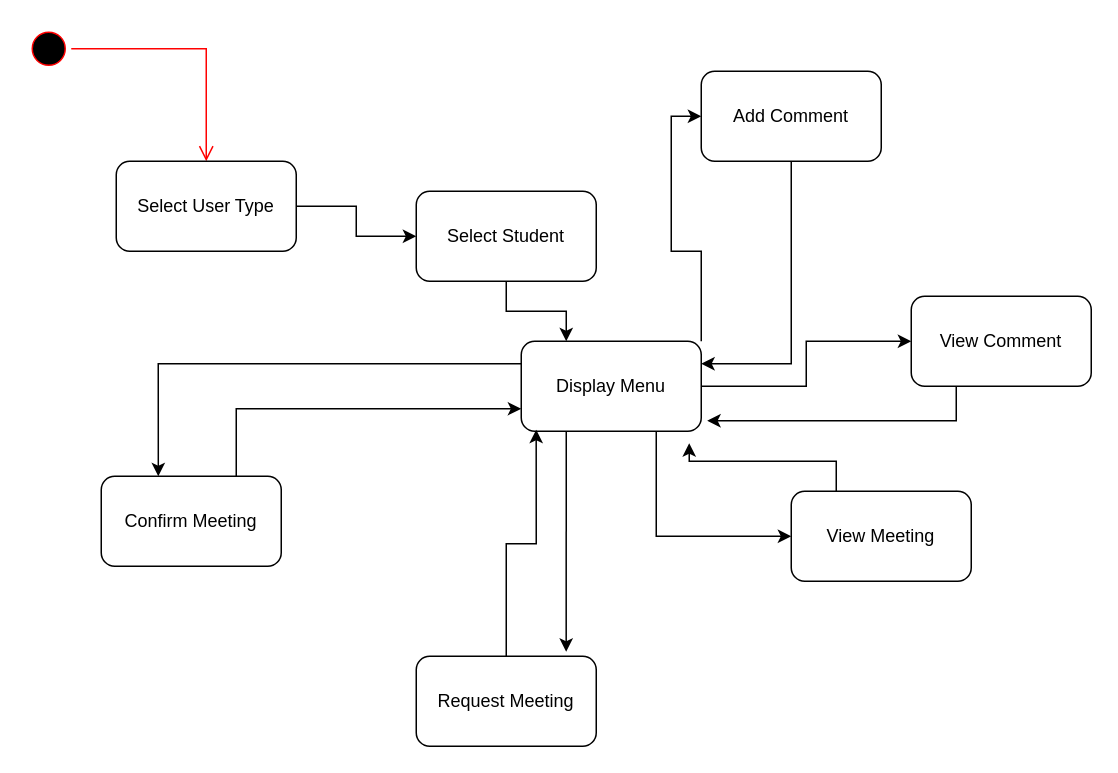
Above: page "Page-12" (12 of 12) of Untitled Diagram.drawio in MariaSpencer/git_practice (draw.io), before the change. Source tidied: cells renumbered, new cells numbered last; positions are measured from the earlier drawing's top-left corner, leaving out a move shared by most shapes. Both pictures are drawn from the tidied source at 150%, with x=0, y=0 at pixel (26, 26).
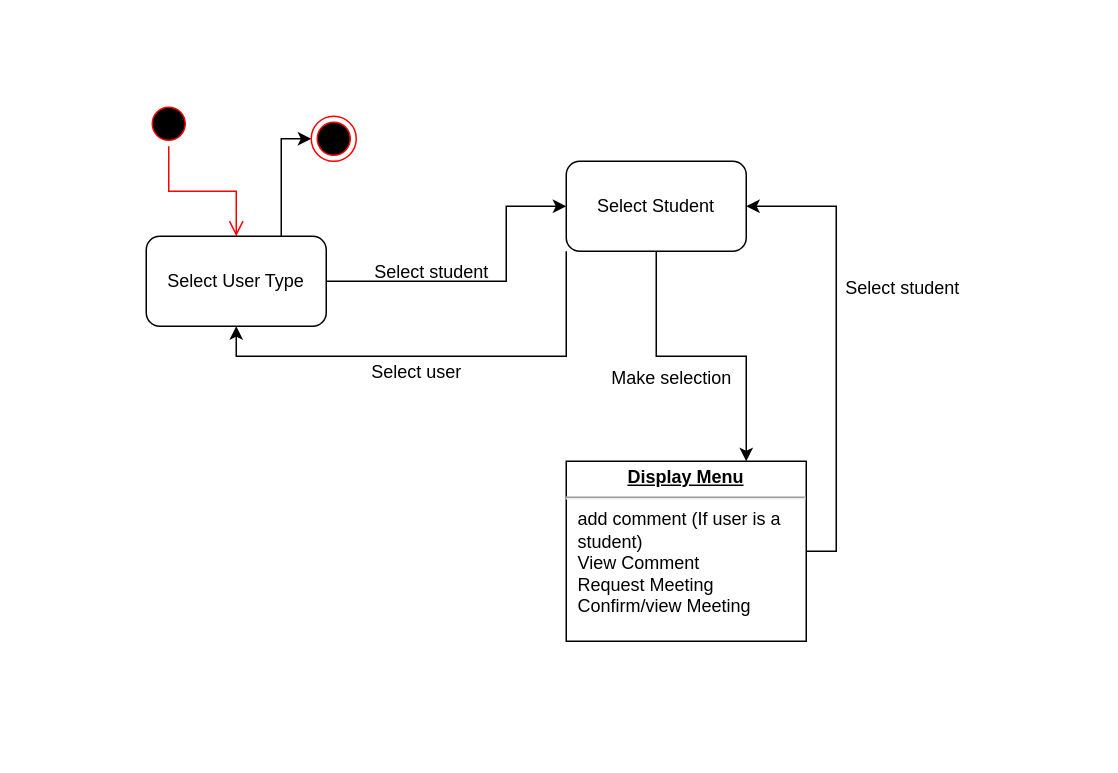
After the change.

Change to the diagram source:
```diff
@@
     <mxCell id="2" style="ellipse;html=1;shape=startState;fillColor=#000000;strokeColor=#ff0000;" parent="1" vertex="1">
-      <mxGeometry width="30" height="30" as="geometry" />
+      <mxGeometry x="80" y="50" width="30" height="30" as="geometry" />
     </mxCell>
@@
     <mxCell id="4" style="edgeStyle=orthogonalEdgeStyle;rounded=0;jettySize=auto;html=1;exitX=1;exitY=0.5;exitDx=0;exitDy=0;entryX=0;entryY=0.5;entryDx=0;entryDy=0;" parent="1" edge="1" source="5" target="18">
-      <mxGeometry relative="1" as="geometry" />
+      <mxGeometry relative="1" as="geometry">
+        <Array as="points">
+          <mxPoint x="320" y="170" />
+          <mxPoint x="320" y="120" />
+        </Array>
+      </mxGeometry>
     </mxCell>
+    <mxCell id="24" style="edgeStyle=orthogonalEdgeStyle;rounded=0;jettySize=auto;html=1;exitX=0.75;exitY=0;exitDx=0;exitDy=0;entryX=0;entryY=0.5;entryDx=0;entryDy=0;" parent="1" edge="1" source="5" target="27">
+      <mxGeometry relative="1" as="geometry" />
+    </mxCell>
     <mxCell id="5" value="Select User Type" style="rounded=1;whiteSpace=wrap;html=1;" parent="1" vertex="1">
-      <mxGeometry x="60" y="90" width="120" height="60" as="geometry" />
+      <mxGeometry x="80" y="140" width="120" height="60" as="geometry" />
     </mxCell>
-    <mxCell id="6" style="edgeStyle=orthogonalEdgeStyle;rounded=0;jettySize=auto;html=1;exitX=0.5;exitY=1;exitDx=0;exitDy=0;entryX=1;entryY=0.25;entryDx=0;entryDy=0;" parent="1" edge="1" source="7" target="16">
-      <mxGeometry relative="1" as="geometry" />
-    </mxCell>
-    <mxCell id="7" value="Add Comment" style="rounded=1;whiteSpace=wrap;html=1;" parent="1" vertex="1">
-      <mxGeometry x="450" y="30" width="120" height="60" as="geometry" />
-    </mxCell>
-    <mxCell id="8" value="View Comment" style="rounded=1;whiteSpace=wrap;html=1;" parent="1" vertex="1">
-      <mxGeometry x="590" y="180" width="120" height="60" as="geometry" />
-    </mxCell>
-    <mxCell id="9" value="Request Meeting" style="rounded=1;whiteSpace=wrap;html=1;" parent="1" vertex="1">
-      <mxGeometry x="260" y="420" width="120" height="60" as="geometry" />
-    </mxCell>
-    <mxCell id="10" style="edgeStyle=orthogonalEdgeStyle;rounded=0;jettySize=auto;html=1;exitX=0.75;exitY=0;exitDx=0;exitDy=0;entryX=0;entryY=0.75;entryDx=0;entryDy=0;" parent="1" edge="1" source="11" target="16">
-      <mxGeometry relative="1" as="geometry" />
-    </mxCell>
-    <mxCell id="11" value="Confirm Meeting" style="rounded=1;whiteSpace=wrap;html=1;" parent="1" vertex="1">
-      <mxGeometry x="50" y="300" width="120" height="60" as="geometry" />
-    </mxCell>
-    <mxCell id="12" value="View Meeting" style="rounded=1;whiteSpace=wrap;html=1;" parent="1" vertex="1">
-      <mxGeometry x="510" y="310" width="120" height="60" as="geometry" />
-    </mxCell>
-    <mxCell id="13" style="edgeStyle=orthogonalEdgeStyle;rounded=0;jettySize=auto;html=1;exitX=1;exitY=0;exitDx=0;exitDy=0;entryX=0;entryY=0.5;entryDx=0;entryDy=0;" parent="1" edge="1" source="16" target="7">
-      <mxGeometry relative="1" as="geometry" />
-    </mxCell>
-    <mxCell id="14" style="edgeStyle=orthogonalEdgeStyle;rounded=0;jettySize=auto;html=1;exitX=1;exitY=0.5;exitDx=0;exitDy=0;" parent="1" edge="1" source="16" target="8">
-      <mxGeometry relative="1" as="geometry" />
-    </mxCell>
-    <mxCell id="15" style="edgeStyle=orthogonalEdgeStyle;rounded=0;jettySize=auto;html=1;exitX=0.75;exitY=1;exitDx=0;exitDy=0;entryX=0;entryY=0.5;entryDx=0;entryDy=0;" parent="1" edge="1" source="16" target="12">
-      <mxGeometry relative="1" as="geometry" />
-    </mxCell>
-    <mxCell id="16" value="Display Menu" style="rounded=1;whiteSpace=wrap;html=1;" parent="1" vertex="1">
-      <mxGeometry x="330" y="210" width="120" height="60" as="geometry" />
-    </mxCell>
-    <mxCell id="17" style="edgeStyle=orthogonalEdgeStyle;rounded=0;jettySize=auto;html=1;exitX=0.5;exitY=1;exitDx=0;exitDy=0;entryX=0.25;entryY=0;entryDx=0;entryDy=0;" parent="1" edge="1" source="18" target="16">
-      <mxGeometry relative="1" as="geometry" />
-    </mxCell>
+    <mxCell id="25" style="edgeStyle=orthogonalEdgeStyle;rounded=0;jettySize=auto;html=1;exitX=0;exitY=1;exitDx=0;exitDy=0;entryX=0.5;entryY=1;entryDx=0;entryDy=0;" parent="1" edge="1" source="18" target="5">
+      <mxGeometry relative="1" as="geometry" />
+    </mxCell>
+    <mxCell id="26" style="edgeStyle=orthogonalEdgeStyle;rounded=0;jettySize=auto;html=1;exitX=0.5;exitY=1;exitDx=0;exitDy=0;entryX=0.75;entryY=0;entryDx=0;entryDy=0;" parent="1" edge="1" source="18" target="29">
+      <mxGeometry relative="1" as="geometry" />
+    </mxCell>
     <mxCell id="18" value="Select Student" style="rounded=1;whiteSpace=wrap;html=1;" parent="1" vertex="1">
-      <mxGeometry x="260" y="110" width="120" height="60" as="geometry" />
+      <mxGeometry x="360" y="90" width="120" height="60" as="geometry" />
     </mxCell>
-    <mxCell id="19" style="edgeStyle=orthogonalEdgeStyle;rounded=0;jettySize=auto;html=1;exitX=0.25;exitY=0;exitDx=0;exitDy=0;entryX=0.933;entryY=1.133;entryDx=0;entryDy=0;entryPerimeter=0;" parent="1" edge="1" source="12" target="16">
-      <mxGeometry relative="1" as="geometry" />
-    </mxCell>
-    <mxCell id="20" style="edgeStyle=orthogonalEdgeStyle;rounded=0;jettySize=auto;html=1;exitX=0.25;exitY=1;exitDx=0;exitDy=0;entryX=1.033;entryY=0.883;entryDx=0;entryDy=0;entryPerimeter=0;" parent="1" edge="1" source="8" target="16">
-      <mxGeometry relative="1" as="geometry" />
-    </mxCell>
-    <mxCell id="21" style="edgeStyle=orthogonalEdgeStyle;rounded=0;jettySize=auto;html=1;exitX=0.25;exitY=1;exitDx=0;exitDy=0;entryX=0.833;entryY=-0.05;entryDx=0;entryDy=0;entryPerimeter=0;" parent="1" edge="1" source="16" target="9">
-      <mxGeometry relative="1" as="geometry" />
-    </mxCell>
-    <mxCell id="22" style="edgeStyle=orthogonalEdgeStyle;rounded=0;jettySize=auto;html=1;exitX=0.5;exitY=0;exitDx=0;exitDy=0;entryX=0.083;entryY=0.983;entryDx=0;entryDy=0;entryPerimeter=0;" parent="1" edge="1" source="9" target="16">
-      <mxGeometry relative="1" as="geometry" />
-    </mxCell>
-    <mxCell id="23" style="edgeStyle=orthogonalEdgeStyle;rounded=0;jettySize=auto;html=1;exitX=0;exitY=0.25;exitDx=0;exitDy=0;entryX=0.317;entryY=0;entryDx=0;entryDy=0;entryPerimeter=0;" parent="1" edge="1" source="16" target="11">
-      <mxGeometry relative="1" as="geometry" />
-    </mxCell>
+    <mxCell id="27" style="ellipse;html=1;shape=endState;fillColor=#000000;strokeColor=#ff0000;" parent="1" vertex="1">
+      <mxGeometry x="190" y="60" width="30" height="30" as="geometry" />
+    </mxCell>
+    <mxCell id="28" style="edgeStyle=orthogonalEdgeStyle;rounded=0;jettySize=auto;html=1;exitX=1;exitY=0.5;exitDx=0;exitDy=0;entryX=1;entryY=0.5;entryDx=0;entryDy=0;" parent="1" edge="1" source="29" target="18">
+      <mxGeometry relative="1" as="geometry" />
+    </mxCell>
+    <mxCell id="29" value="&lt;p style=&quot;margin:0px;margin-top:4px;text-align:center;text-decoration:underline;&quot;&gt;&lt;b&gt;Display Menu&lt;/b&gt;&lt;/p&gt;&lt;hr&gt;&lt;p style=&quot;margin:0px;margin-left:8px;&quot;&gt;add comment (If user is a student)&lt;/p&gt;&lt;p style=&quot;margin:0px;margin-left:8px;&quot;&gt;View Comment&lt;/p&gt;&lt;p style=&quot;margin:0px;margin-left:8px;&quot;&gt;Request Meeting&lt;/p&gt;&lt;p style=&quot;margin:0px;margin-left:8px;&quot;&gt;Confirm/view Meeting&amp;nbsp;&lt;/p&gt;&lt;p style=&quot;margin:0px;margin-left:8px;&quot;&gt;&lt;br&gt;&lt;/p&gt;" style="verticalAlign=top;align=left;overflow=fill;fontSize=12;fontFamily=Helvetica;html=1;whiteSpace=wrap;" parent="1" vertex="1">
+      <mxGeometry x="360" y="290" width="160" height="120" as="geometry" />
+    </mxCell>
+    <mxCell id="30" value="Select user" style="text;html=1;align=center;verticalAlign=middle;strokeColor=none;fillColor=none;" parent="1" vertex="1">
+      <mxGeometry x="220" y="216" width="80" height="30" as="geometry" />
+    </mxCell>
+    <mxCell id="31" value="Select student" style="text;html=1;align=center;verticalAlign=middle;strokeColor=none;fillColor=none;" parent="1" vertex="1">
+      <mxGeometry x="220" y="149" width="100" height="30" as="geometry" />
+    </mxCell>
+    <mxCell id="32" value="Make selection" style="text;html=1;align=center;verticalAlign=middle;strokeColor=none;fillColor=none;" parent="1" vertex="1">
+      <mxGeometry x="380" y="220" width="100" height="30" as="geometry" />
+    </mxCell>
+    <mxCell id="33" value="Select student" style="text;html=1;align=center;verticalAlign=middle;strokeColor=none;fillColor=none;" parent="1" vertex="1">
+      <mxGeometry x="534" y="160" width="100" height="30" as="geometry" />
+    </mxCell>
```
